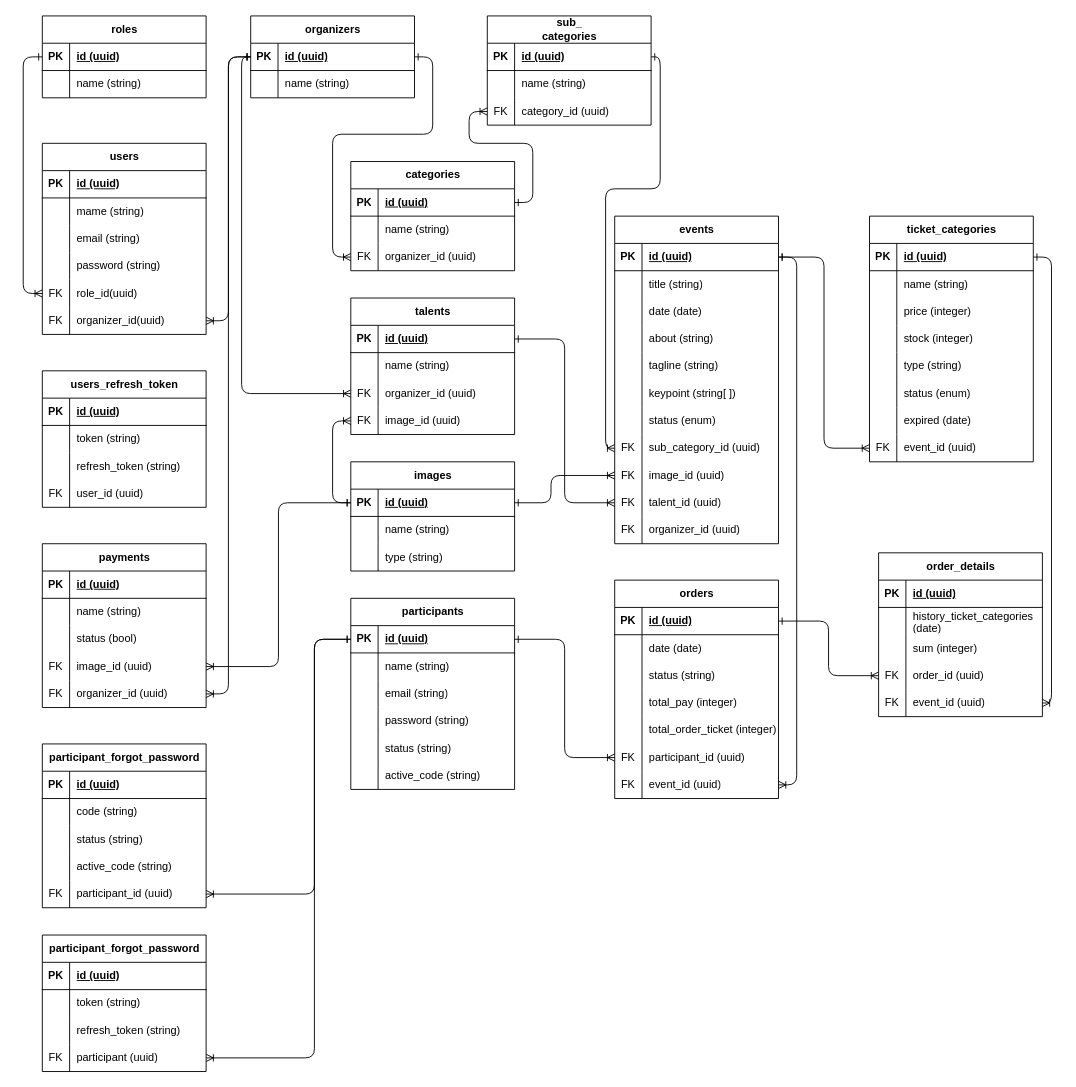
This is Semina.drawio from Putuagra/Semina, a draw.io file, before an edit. Source tidied: cells renumbered, new cells numbered last; positions are measured from the earlier drawing's top-left corner, leaving out a move shared by most shapes. Both pictures are drawn from the tidied source at 91%, with x=0, y=0 at pixel (23, 15).
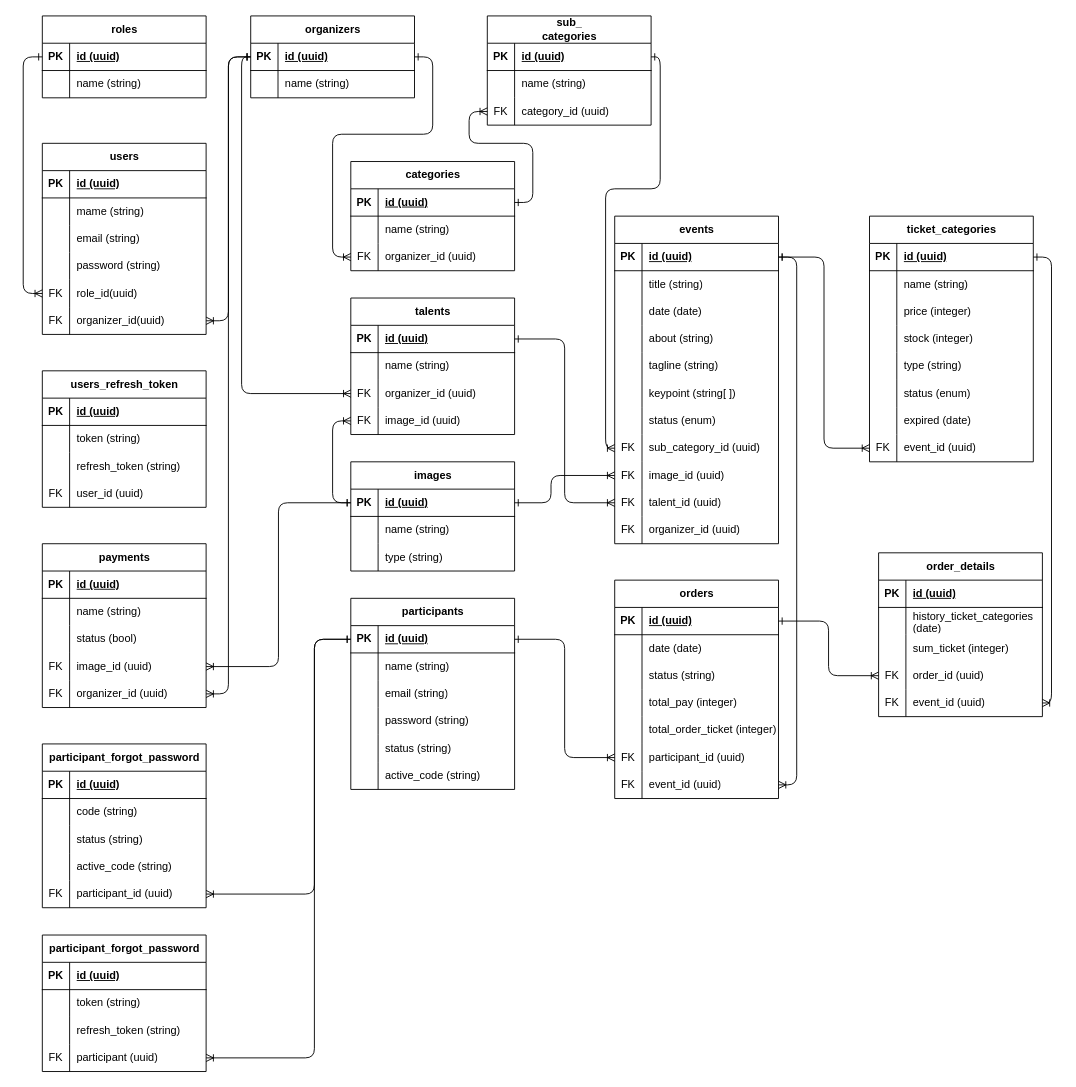
The same diagram, later.

The change refers to these unchanged cells:
```xml
<mxCell id="259" style="shape=tableRow;horizontal=0;startSize=0;swimlaneHead=0;swimlaneBody=0;fillColor=none;top=0;left=0;right=0;bottom=0;" parent="252" vertex="1">
  <mxGeometry y="90" width="180" height="30" as="geometry" />
</mxCell>
```

The edit, as a diff of the source:
```diff
@@
-    <mxCell id="261" value="sum (integer)" style="shape=partialRectangle;fillColor=none;top=0;left=0;bottom=0;right=0;align=left;spacingLeft=6;overflow=hidden;whiteSpace=wrap;html=1;" parent="259" vertex="1">
+    <mxCell id="261" value="sum_ticket (integer)" style="shape=partialRectangle;fillColor=none;top=0;left=0;bottom=0;right=0;align=left;spacingLeft=6;overflow=hidden;whiteSpace=wrap;html=1;" parent="259" vertex="1">
       <mxGeometry x="30" width="150" height="30" as="geometry" />
     </mxCell>
```
